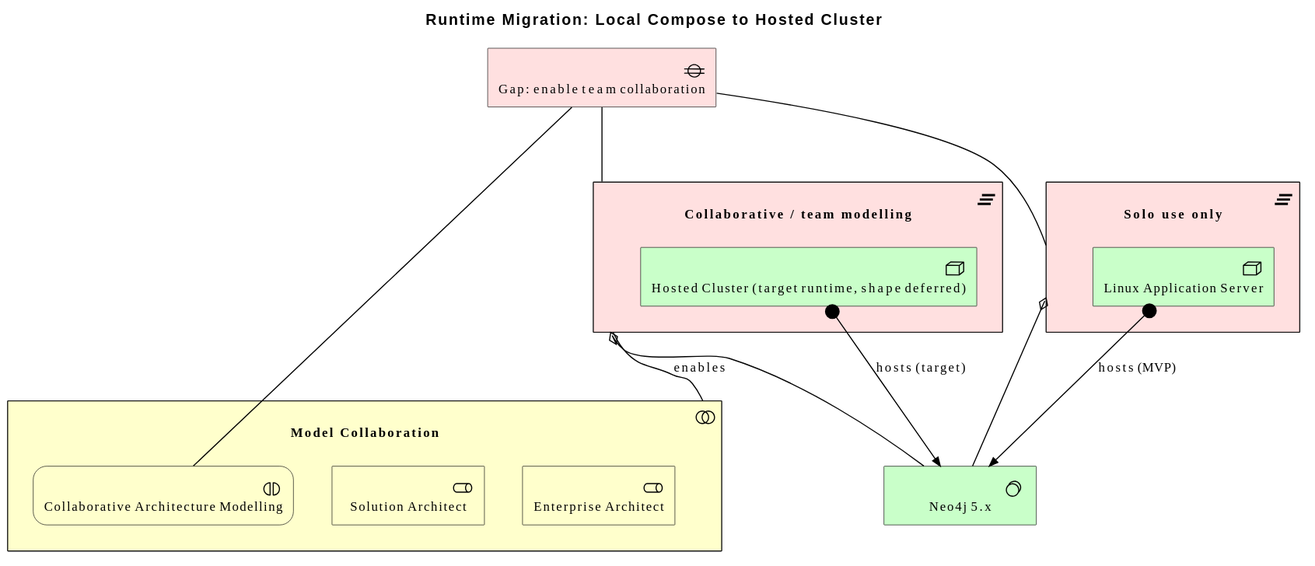
Earlier version of the PlantUML export architecture/model/diagrams/migration/runtime.svg (wolffy-au/frictionless-architect).
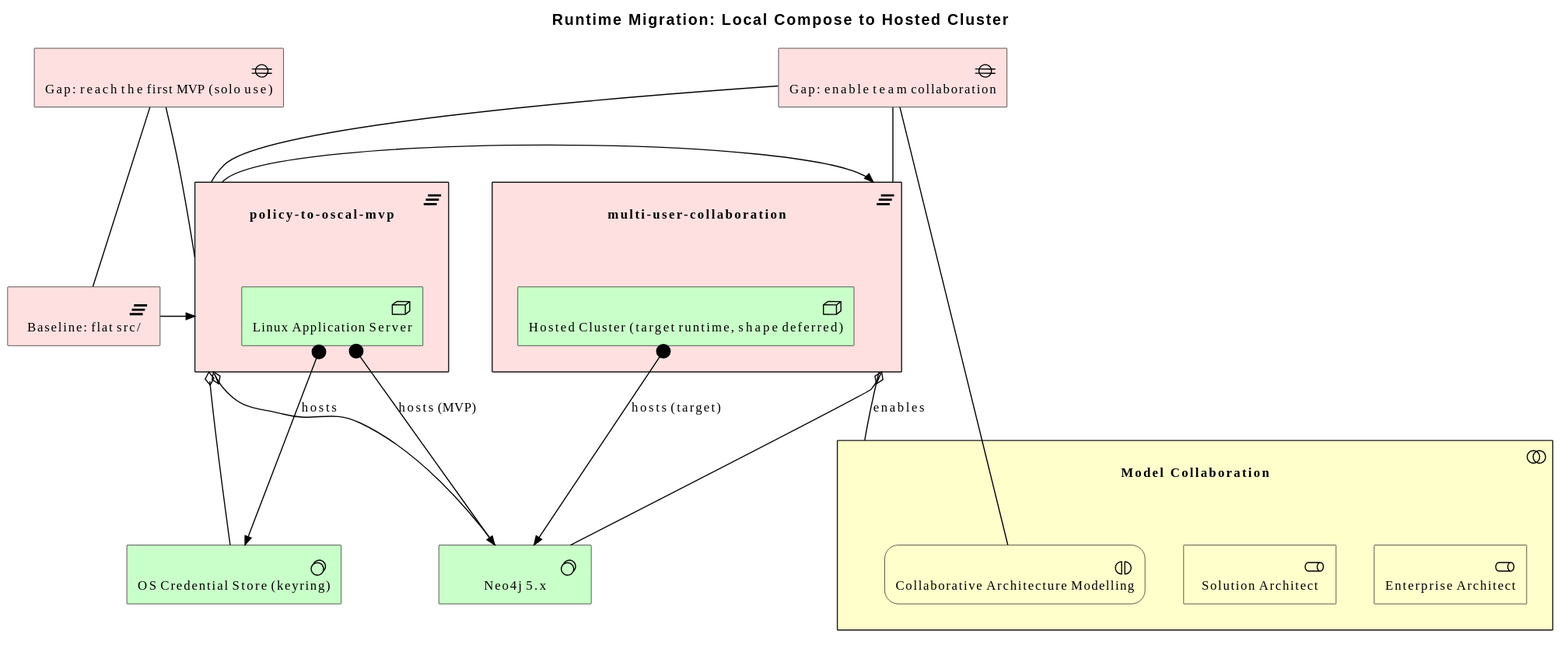
After the change.

Change to the diagram source:
```diff
@@ -8,21 +8,30 @@
   Business_Role(e_ide2cb7f3efa6256, "Solution Architect")
   Business_Interaction(e_ida5ff14a2a5eb53, "Collaborative Architecture Modelling")
 }
+Implementation_Plateau(e_id4accde76fa5858, "Baseline: flat src/")
 Technology_SystemSoftware(e_id625e631f1f715e, "Neo4j 5.x")
-Implementation_Plateau(e_id41f19d1f4d8e57, "Solo use only") {
+Technology_SystemSoftware(e_id35bf5bb401c95c, "OS Credential Store (keyring)")
+Implementation_Gap(e_id4b156310597055, "Gap: reach the first MVP (solo use)")
+Implementation_Gap(e_idd9da54d5550b52, "Gap: enable team collaboration")
+Implementation_Plateau(e_id5024d2087dac51, "multi-user-collaboration") {
+  Technology_Node(e_id77a3094245ca50, "Hosted Cluster (target runtime, shape deferred)")
+}
+Implementation_Plateau(e_idb94c55ad2a0756, "policy-to-oscal-mvp") {
   Technology_Node(e_id87c8b07cea4751, "Linux Application Server")
 }
-Implementation_Plateau(e_iddb3e8c90fede5c, "Collaborative / team modelling") {
-  Technology_Node(e_id77a3094245ca50, "Hosted Cluster (target runtime, shape deferred)")
-}
-Implementation_Gap(e_idb79cfd9d701c52, "Gap: enable team collaboration")
 
 Rel_Assignment(e_id87c8b07cea4751, e_id625e631f1f715e, "hosts (MVP)")
 Rel_Assignment(e_id77a3094245ca50, e_id625e631f1f715e, "hosts (target)")
-Rel_Aggregation(e_id41f19d1f4d8e57, e_id625e631f1f715e, "")
-Rel_Aggregation(e_iddb3e8c90fede5c, e_id625e631f1f715e, "")
-Rel_Association(e_idb79cfd9d701c52, e_id41f19d1f4d8e57, "")
-Rel_Association(e_idb79cfd9d701c52, e_iddb3e8c90fede5c, "")
-Rel_Association(e_iddb3e8c90fede5c, e_id2aa180bf48e258, "enables")
-Rel_Association(e_idb79cfd9d701c52, e_ida5ff14a2a5eb53, "")
+Rel_Assignment(e_id87c8b07cea4751, e_id35bf5bb401c95c, "hosts")
+Rel_Aggregation(e_idb94c55ad2a0756, e_id625e631f1f715e, "")
+Rel_Aggregation(e_idb94c55ad2a0756, e_id35bf5bb401c95c, "")
+Rel_Aggregation(e_id5024d2087dac51, e_id625e631f1f715e, "")
+Rel_Triggering_Right(e_id4accde76fa5858, e_idb94c55ad2a0756, "")
+Rel_Triggering_Right(e_idb94c55ad2a0756, e_id5024d2087dac51, "")
+Rel_Association(e_id4b156310597055, e_id4accde76fa5858, "")
+Rel_Association(e_id4b156310597055, e_idb94c55ad2a0756, "")
+Rel_Association(e_idd9da54d5550b52, e_idb94c55ad2a0756, "")
+Rel_Association(e_idd9da54d5550b52, e_id5024d2087dac51, "")
+Rel_Association(e_id5024d2087dac51, e_id2aa180bf48e258, "enables")
+Rel_Association(e_idd9da54d5550b52, e_ida5ff14a2a5eb53, "")
 @enduml
```
